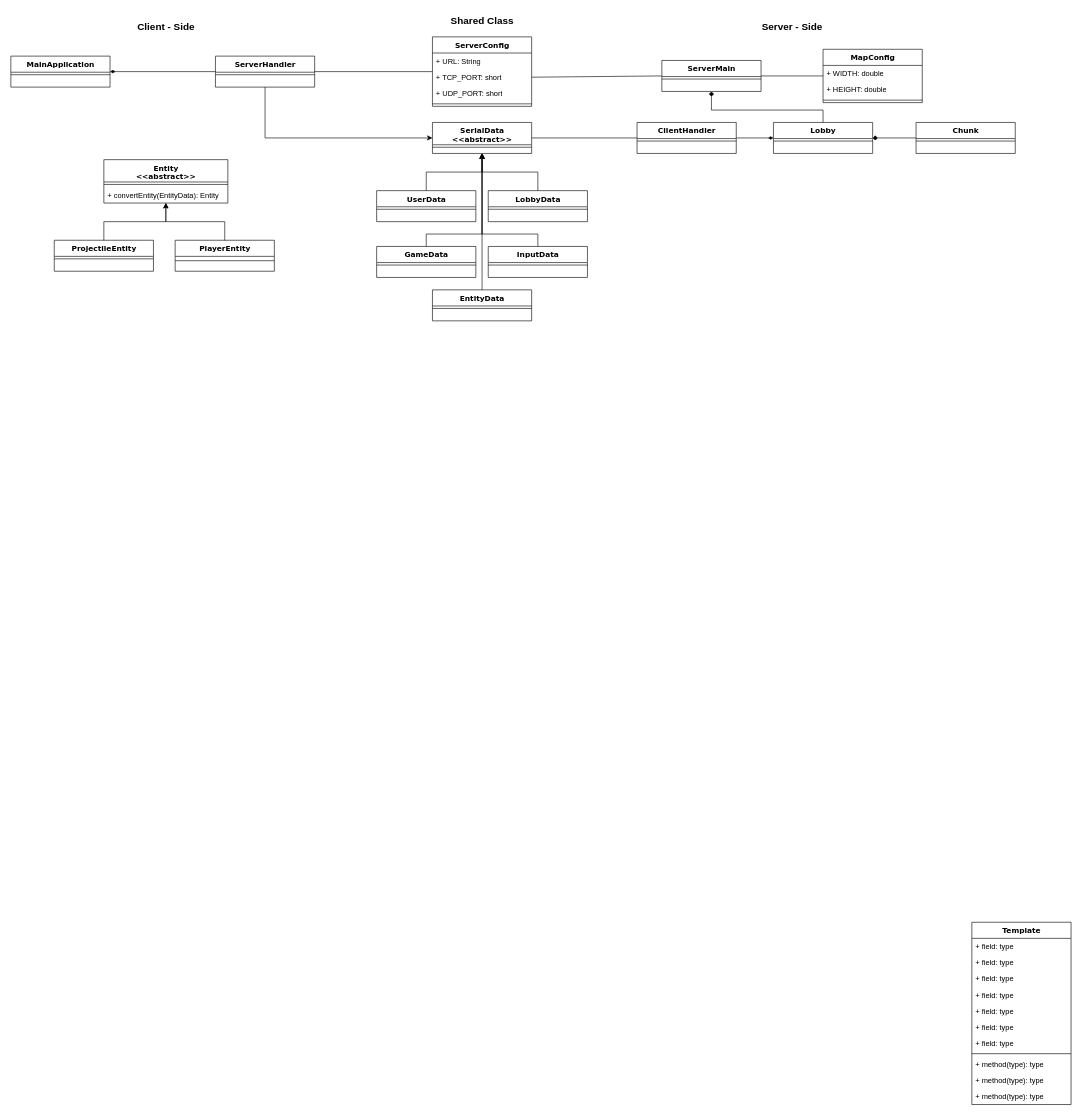
Before: bbc.drawio in DymNomZ/bbc.io, a draw.io diagram. Source tidied: cells renumbered, new cells numbered last; positions are measured from the earlier drawing's top-left corner, leaving out a move shared by most shapes. Both pictures are drawn from the tidied source at 62%, with x=0, y=0 at pixel (11, 11).
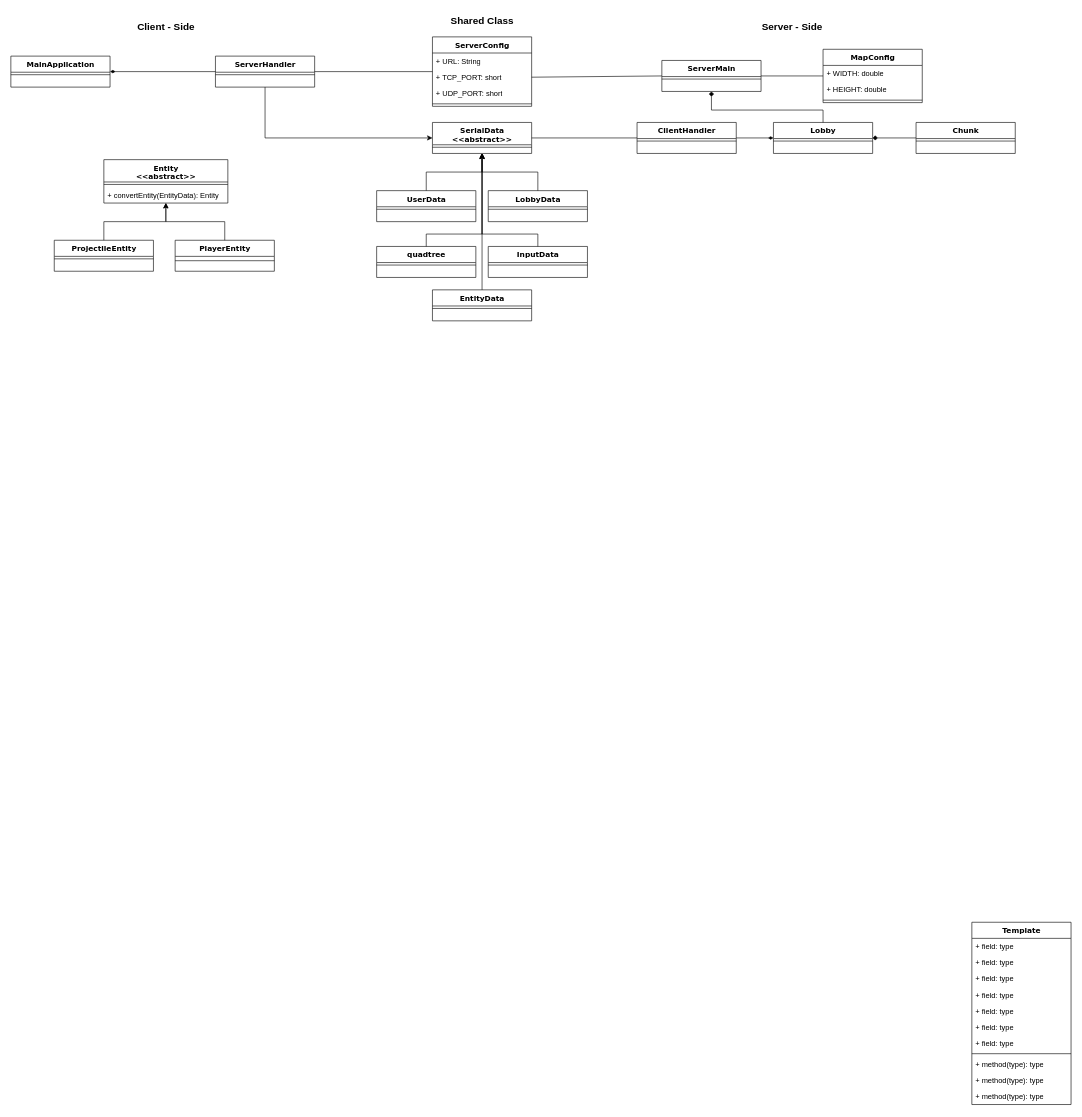
The same diagram, later.

Diff of the diagram source:
```diff
@@
-    <mxCell id="51" value="GameData" style="swimlane;html=1;fontStyle=1;align=center;verticalAlign=top;horizontal=1;startSize=26;swimlaneFillColor=#ffffff;rounded=0;shadow=0;comic=0;labelBackgroundColor=none;strokeWidth=1;fillColor=none;fontFamily=Verdana;fontSize=12;" parent="1" vertex="1">
+    <mxCell id="51" value="quadtree" style="swimlane;html=1;fontStyle=1;align=center;verticalAlign=top;horizontal=1;startSize=26;swimlaneFillColor=#ffffff;rounded=0;shadow=0;comic=0;labelBackgroundColor=none;strokeWidth=1;fillColor=none;fontFamily=Verdana;fontSize=12;" parent="1" vertex="1">
       <mxGeometry x="590" y="380" width="160" height="50" as="geometry" />
     </mxCell>
```
